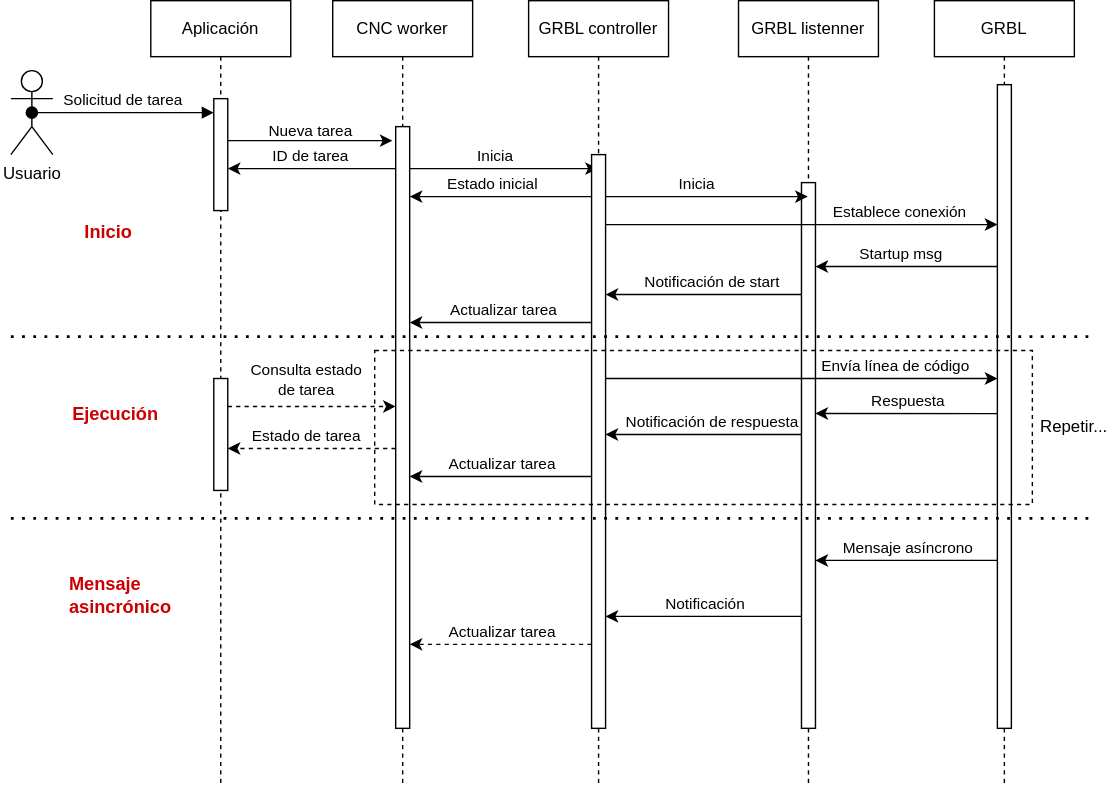
This is docs/GRBL-controller.drawio.svg from Leandro-Bertoluzzi/remote-cnc, a draw.io export, as it was before one commit. Source tidied: cells renumbered, new cells last; positions are measured from the earlier drawing's top-left corner, leaving out a move shared by most shapes.
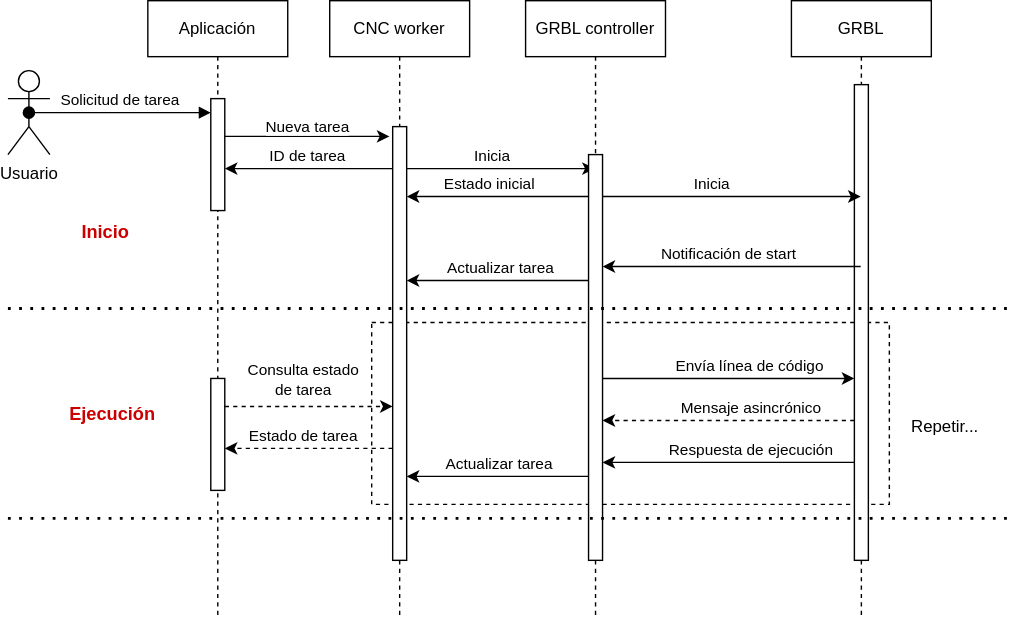
The same diagram one commit later.

What changed in the source:
```diff
@@ -2,8 +2,11 @@
   <root>
     <mxCell id="0" />
     <mxCell id="1" parent="0" />
+    <mxCell id="41" style="rounded=0;whiteSpace=wrap;html=1;fillColor=none;dashed=1;" parent="1" vertex="1">
+      <mxGeometry x="260" y="230" width="370" height="130" as="geometry" />
+    </mxCell>
     <mxCell id="2" value="Aplicación" style="shape=umlLifeline;perimeter=lifelinePerimeter;whiteSpace=wrap;html=1;newEdgeStyle={&quot;edgeStyle&quot;:&quot;elbowEdgeStyle&quot;,&quot;elbow&quot;:&quot;vertical&quot;,&quot;curved&quot;:0,&quot;rounded&quot;:0};" parent="1" vertex="1">
-      <mxGeometry x="100" width="100" height="560" as="geometry" />
+      <mxGeometry x="100" width="100" height="440" as="geometry" />
     </mxCell>
     <mxCell id="3" style="html=1;points=[];perimeter=orthogonalPerimeter;outlineConnect=0;targetShapes=umlLifeline;portConstraint=eastwest;newEdgeStyle={&quot;edgeStyle&quot;:&quot;elbowEdgeStyle&quot;,&quot;elbow&quot;:&quot;vertical&quot;,&quot;curved&quot;:0,&quot;rounded&quot;:0};" parent="2" vertex="1">
       <mxGeometry x="45" y="70" width="10" height="80" as="geometry" />
@@ -12,10 +15,10 @@
       <mxGeometry x="45" y="270" width="10" height="80" as="geometry" />
     </mxCell>
     <mxCell id="5" value="CNC worker" style="shape=umlLifeline;perimeter=lifelinePerimeter;whiteSpace=wrap;html=1;newEdgeStyle={&quot;edgeStyle&quot;:&quot;elbowEdgeStyle&quot;,&quot;elbow&quot;:&quot;vertical&quot;,&quot;curved&quot;:0,&quot;rounded&quot;:0};" parent="1" vertex="1">
-      <mxGeometry x="230" width="100" height="560" as="geometry" />
+      <mxGeometry x="230" width="100" height="440" as="geometry" />
     </mxCell>
     <mxCell id="6" style="html=1;points=[];perimeter=orthogonalPerimeter;outlineConnect=0;targetShapes=umlLifeline;portConstraint=eastwest;newEdgeStyle={&quot;edgeStyle&quot;:&quot;elbowEdgeStyle&quot;,&quot;elbow&quot;:&quot;vertical&quot;,&quot;curved&quot;:0,&quot;rounded&quot;:0};" parent="5" vertex="1">
-      <mxGeometry x="45" y="90" width="10" height="430" as="geometry" />
+      <mxGeometry x="45" y="90" width="10" height="310" as="geometry" />
     </mxCell>
     <mxCell id="7" value="Usuario" style="shape=umlActor;verticalLabelPosition=bottom;verticalAlign=top;html=1;outlineConnect=0;" parent="1" vertex="1">
       <mxGeometry y="50" width="30" height="60" as="geometry" />
@@ -35,21 +38,14 @@
         <mxPoint x="-3" y="-13" as="offset" />
       </mxGeometry>
     </mxCell>
-    <mxCell id="11" value="GRBL listenner" style="shape=umlLifeline;perimeter=lifelinePerimeter;whiteSpace=wrap;html=1;newEdgeStyle={&quot;edgeStyle&quot;:&quot;elbowEdgeStyle&quot;,&quot;elbow&quot;:&quot;vertical&quot;,&quot;curved&quot;:0,&quot;rounded&quot;:0};" parent="1" vertex="1">
-      <mxGeometry x="520" width="100" height="560" as="geometry" />
-    </mxCell>
-    <mxCell id="12" style="html=1;points=[];perimeter=orthogonalPerimeter;outlineConnect=0;targetShapes=umlLifeline;portConstraint=eastwest;newEdgeStyle={&quot;edgeStyle&quot;:&quot;elbowEdgeStyle&quot;,&quot;elbow&quot;:&quot;vertical&quot;,&quot;curved&quot;:0,&quot;rounded&quot;:0};" parent="11" vertex="1">
-      <mxGeometry x="45" y="130" width="10" height="390" as="geometry" />
-    </mxCell>
     <mxCell id="13" value="GRBL" style="shape=umlLifeline;perimeter=lifelinePerimeter;whiteSpace=wrap;html=1;outlineConnect=0;portConstraint=eastwest;newEdgeStyle={&quot;edgeStyle&quot;:&quot;elbowEdgeStyle&quot;,&quot;elbow&quot;:&quot;vertical&quot;,&quot;curved&quot;:0,&quot;rounded&quot;:0};" parent="1" vertex="1">
-      <mxGeometry x="660" width="100" height="560" as="geometry" />
+      <mxGeometry x="560" width="100" height="440" as="geometry" />
     </mxCell>
     <mxCell id="14" style="html=1;points=[];perimeter=orthogonalPerimeter;outlineConnect=0;targetShapes=umlLifeline;portConstraint=eastwest;newEdgeStyle={&quot;edgeStyle&quot;:&quot;elbowEdgeStyle&quot;,&quot;elbow&quot;:&quot;vertical&quot;,&quot;curved&quot;:0,&quot;rounded&quot;:0};" parent="13" vertex="1">
-      <mxGeometry x="45" y="60" width="10" height="460" as="geometry" />
+      <mxGeometry x="45" y="60" width="10" height="340" as="geometry" />
     </mxCell>
-    <mxCell id="15" style="edgeStyle=elbowEdgeStyle;rounded=0;jettySize=auto;html=1;elbow=horizontal;curved=0;" parent="1" edge="1" source="30">
+    <mxCell id="15" style="edgeStyle=elbowEdgeStyle;rounded=0;jettySize=auto;html=1;elbow=horizontal;curved=0;" parent="1" edge="1" source="30" target="13">
       <mxGeometry relative="1" as="geometry">
-        <mxPoint x="569.5" y="140" as="targetPoint" />
         <Array as="points">
           <mxPoint x="480" y="140" />
         </Array>
@@ -82,31 +78,13 @@
         <mxPoint x="23" y="-11" as="offset" />
       </mxGeometry>
     </mxCell>
-    <mxCell id="21" style="edgeStyle=elbowEdgeStyle;rounded=0;jettySize=auto;html=1;elbow=vertical;curved=0;" parent="1" edge="1" source="30" target="14">
-      <mxGeometry relative="1" as="geometry">
-        <Array as="points">
-          <mxPoint x="460" y="160" />
-        </Array>
-      </mxGeometry>
-    </mxCell>
-    <mxCell id="22" value="Establece conexión" style="edgeLabel;html=1;align=center;verticalAlign=middle;" parent="21" vertex="1">
-      <mxGeometry x="0.37" y="-1" relative="1" as="geometry">
-        <mxPoint x="18" y="-11" as="offset" />
-      </mxGeometry>
-    </mxCell>
-    <mxCell id="23" style="edgeStyle=elbowEdgeStyle;rounded=0;jettySize=auto;html=1;elbow=vertical;curved=0;" parent="1" edge="1" source="14">
-      <mxGeometry relative="1" as="geometry">
-        <mxPoint x="575" y="190" as="targetPoint" />
-      </mxGeometry>
-    </mxCell>
-    <mxCell id="24" value="Startup msg" style="edgeLabel;html=1;align=center;verticalAlign=middle;" parent="23" vertex="1">
-      <mxGeometry x="0.44" y="-1" relative="1" as="geometry">
-        <mxPoint x="24" y="-9" as="offset" />
-      </mxGeometry>
-    </mxCell>
-    <mxCell id="25" style="edgeStyle=elbowEdgeStyle;rounded=0;jettySize=auto;html=1;elbow=vertical;curved=0;" parent="1" edge="1" target="30">
+    <mxCell id="25" style="edgeStyle=elbowEdgeStyle;rounded=0;jettySize=auto;html=1;elbow=vertical;curved=0;" parent="1" edge="1" source="13" target="30">
       <mxGeometry relative="1" as="geometry">
-        <mxPoint x="565" y="210" as="sourcePoint" />
+        <Array as="points">
+          <mxPoint x="460" y="190" />
+          <mxPoint x="450" y="180" />
+          <mxPoint x="580" y="210" />
+        </Array>
       </mxGeometry>
     </mxCell>
     <mxCell id="26" value="Notificación de start" style="edgeLabel;html=1;align=center;verticalAlign=middle;" parent="25" vertex="1">
@@ -117,6 +95,7 @@
     <mxCell id="27" style="edgeStyle=elbowEdgeStyle;rounded=0;jettySize=auto;html=1;elbow=vertical;curved=0;" parent="1" edge="1" source="30" target="6">
       <mxGeometry relative="1" as="geometry">
         <Array as="points">
+          <mxPoint x="310" y="200" />
           <mxPoint x="320" y="230" />
         </Array>
       </mxGeometry>
@@ -127,15 +106,14 @@
       </mxGeometry>
     </mxCell>
     <mxCell id="29" value="GRBL controller" style="shape=umlLifeline;perimeter=lifelinePerimeter;whiteSpace=wrap;html=1;outlineConnect=0;portConstraint=eastwest;newEdgeStyle={&quot;edgeStyle&quot;:&quot;elbowEdgeStyle&quot;,&quot;elbow&quot;:&quot;vertical&quot;,&quot;curved&quot;:0,&quot;rounded&quot;:0};" parent="1" vertex="1">
-      <mxGeometry x="370" width="100" height="560" as="geometry" />
+      <mxGeometry x="370" width="100" height="440" as="geometry" />
     </mxCell>
     <mxCell id="30" style="html=1;points=[];perimeter=orthogonalPerimeter;outlineConnect=0;targetShapes=umlLifeline;portConstraint=eastwest;newEdgeStyle={&quot;edgeStyle&quot;:&quot;elbowEdgeStyle&quot;,&quot;elbow&quot;:&quot;vertical&quot;,&quot;curved&quot;:0,&quot;rounded&quot;:0};" parent="29" vertex="1">
-      <mxGeometry x="45" y="110" width="10" height="410" as="geometry" />
+      <mxGeometry x="45" y="110" width="10" height="290" as="geometry" />
     </mxCell>
-    <mxCell id="31" style="edgeStyle=elbowEdgeStyle;rounded=0;orthogonalLoop=1;jettySize=auto;html=1;elbow=vertical;curved=0;" parent="1" edge="1">
+    <mxCell id="31" style="edgeStyle=elbowEdgeStyle;rounded=0;jettySize=auto;html=1;elbow=vertical;curved=0;" parent="1" edge="1" target="14">
       <mxGeometry relative="1" as="geometry">
         <mxPoint x="425" y="270" as="sourcePoint" />
-        <mxPoint x="705" y="270" as="targetPoint" />
         <Array as="points">
           <mxPoint x="470" y="270" />
         </Array>
@@ -143,29 +121,29 @@
     </mxCell>
     <mxCell id="32" value="Envía línea de código" style="edgeLabel;html=1;align=center;verticalAlign=middle;" parent="31" vertex="1">
       <mxGeometry x="0.26" relative="1" as="geometry">
-        <mxPoint x="30" y="-10" as="offset" />
+        <mxPoint x="-8" y="-10" as="offset" />
       </mxGeometry>
     </mxCell>
-    <mxCell id="33" style="edgeStyle=elbowEdgeStyle;rounded=0;orthogonalLoop=1;jettySize=auto;html=1;elbow=vertical;curved=0;" parent="1" edge="1">
+    <mxCell id="33" style="edgeStyle=elbowEdgeStyle;rounded=0;jettySize=auto;html=1;elbow=vertical;curved=0;dashed=1;" parent="1" edge="1" source="14" target="30">
       <mxGeometry relative="1" as="geometry">
-        <mxPoint x="705" y="295.1" as="sourcePoint" />
-        <mxPoint x="575" y="295.1" as="targetPoint" />
+        <Array as="points">
+          <mxPoint x="500" y="300" />
+        </Array>
       </mxGeometry>
     </mxCell>
-    <mxCell id="34" value="Respuesta" style="edgeLabel;html=1;align=center;verticalAlign=middle;" parent="33" vertex="1">
+    <mxCell id="34" value="Mensaje asincrónico" style="edgeLabel;html=1;align=center;verticalAlign=middle;" parent="33" vertex="1">
       <mxGeometry x="0.45" relative="1" as="geometry">
-        <mxPoint x="29" y="-10" as="offset" />
+        <mxPoint x="56" y="-10" as="offset" />
       </mxGeometry>
     </mxCell>
-    <mxCell id="35" style="edgeStyle=elbowEdgeStyle;rounded=0;orthogonalLoop=1;jettySize=auto;html=1;elbow=vertical;curved=0;" parent="1" edge="1">
+    <mxCell id="35" style="edgeStyle=elbowEdgeStyle;rounded=0;jettySize=auto;html=1;elbow=vertical;curved=0;" parent="1" edge="1" source="14">
       <mxGeometry relative="1" as="geometry">
-        <mxPoint x="565" y="310" as="sourcePoint" />
-        <mxPoint x="425" y="310.2" as="targetPoint" />
+        <mxPoint x="425" y="330.2" as="targetPoint" />
       </mxGeometry>
     </mxCell>
-    <mxCell id="36" value="Notificación de respuesta" style="edgeLabel;html=1;align=center;verticalAlign=middle;" parent="35" vertex="1">
+    <mxCell id="36" value="Respuesta de ejecución" style="edgeLabel;html=1;align=center;verticalAlign=middle;" parent="35" vertex="1">
       <mxGeometry x="0.24" y="1" relative="1" as="geometry">
-        <mxPoint x="22" y="-11" as="offset" />
+        <mxPoint x="36" y="-11" as="offset" />
       </mxGeometry>
     </mxCell>
     <mxCell id="37" style="edgeStyle=elbowEdgeStyle;rounded=0;jettySize=auto;html=1;elbow=vertical;curved=0;entryX=-0.228;entryY=0.024;entryDx=0;entryDy=0;entryPerimeter=0;" parent="1" edge="1" source="3" target="6">
@@ -189,11 +167,8 @@
         <mxPoint y="-9" as="offset" />
       </mxGeometry>
     </mxCell>
-    <mxCell id="41" style="rounded=0;whiteSpace=wrap;html=1;fillColor=none;dashed=1;" parent="1" vertex="1">
-      <mxGeometry x="260" y="250" width="470" height="110" as="geometry" />
-    </mxCell>
     <mxCell id="42" value="&lt;div&gt;Repetir...&lt;/div&gt;" style="text;html=1;strokeColor=none;fillColor=none;align=center;verticalAlign=middle;whiteSpace=wrap;rounded=0;" parent="1" vertex="1">
-      <mxGeometry x="730" y="290" width="60" height="30" as="geometry" />
+      <mxGeometry x="640" y="290" width="60" height="30" as="geometry" />
     </mxCell>
     <mxCell id="43" style="edgeStyle=elbowEdgeStyle;rounded=0;jettySize=auto;html=1;elbow=vertical;curved=0;dashed=1;" parent="1" edge="1" source="4" target="6">
       <mxGeometry relative="1" as="geometry">
@@ -221,60 +196,21 @@
     </mxCell>
     <mxCell id="47" style="endArrow=none;dashed=1;html=1;dashPattern=1 3;strokeWidth=2;rounded=0;" parent="1" edge="1">
       <mxGeometry relative="1" as="geometry">
-        <mxPoint y="240" as="sourcePoint" />
-        <mxPoint x="770" y="240" as="targetPoint" />
+        <mxPoint y="220" as="sourcePoint" />
+        <mxPoint x="720" y="220" as="targetPoint" />
       </mxGeometry>
     </mxCell>
     <mxCell id="48" style="endArrow=none;dashed=1;html=1;dashPattern=1 3;strokeWidth=2;rounded=0;" parent="1" edge="1">
       <mxGeometry relative="1" as="geometry">
         <mxPoint y="370" as="sourcePoint" />
-        <mxPoint x="770" y="370" as="targetPoint" />
+        <mxPoint x="720" y="370" as="targetPoint" />
       </mxGeometry>
     </mxCell>
-    <mxCell id="49" style="edgeStyle=elbowEdgeStyle;rounded=0;jettySize=auto;html=1;elbow=vertical;curved=0;" parent="1" edge="1" source="14" target="12">
-      <mxGeometry relative="1" as="geometry">
-        <Array as="points">
-          <mxPoint x="620" y="400" />
-        </Array>
-      </mxGeometry>
-    </mxCell>
-    <mxCell id="50" value="Mensaje asíncrono" style="edgeLabel;html=1;align=center;verticalAlign=middle;" parent="49" vertex="1">
-      <mxGeometry x="0.35" y="-2" relative="1" as="geometry">
-        <mxPoint x="23" y="-8" as="offset" />
-      </mxGeometry>
-    </mxCell>
-    <mxCell id="51" style="edgeStyle=elbowEdgeStyle;rounded=0;jettySize=auto;html=1;elbow=vertical;curved=0;" parent="1" edge="1" source="12" target="30">
-      <mxGeometry relative="1" as="geometry">
-        <Array as="points">
-          <mxPoint x="490" y="440" />
-        </Array>
-      </mxGeometry>
-    </mxCell>
-    <mxCell id="52" value="Notificación" style="edgeLabel;html=1;align=center;verticalAlign=middle;" parent="51" vertex="1">
-      <mxGeometry x="0.12" y="-1" relative="1" as="geometry">
-        <mxPoint x="8" y="-9" as="offset" />
-      </mxGeometry>
-    </mxCell>
-    <mxCell id="53" style="edgeStyle=elbowEdgeStyle;rounded=0;jettySize=auto;html=1;elbow=vertical;curved=0;dashed=1;" parent="1" edge="1" source="30" target="6">
-      <mxGeometry relative="1" as="geometry">
-        <Array as="points">
-          <mxPoint x="340" y="460" />
-        </Array>
-      </mxGeometry>
-    </mxCell>
-    <mxCell id="54" value="Actualizar tarea" style="edgeLabel;html=1;align=center;verticalAlign=middle;" parent="53" vertex="1">
-      <mxGeometry x="0.24" y="3" relative="1" as="geometry">
-        <mxPoint x="16" y="-13" as="offset" />
-      </mxGeometry>
-    </mxCell>
     <mxCell id="55" value="&lt;b style=&quot;font-size: 13px;&quot;&gt;&lt;font color=&quot;#cc0000&quot; style=&quot;font-size: 13px;&quot;&gt;Inicio&lt;/font&gt;&lt;/b&gt;" style="text;html=1;strokeColor=none;fillColor=none;align=center;verticalAlign=middle;whiteSpace=wrap;rounded=0;fontSize=13;" parent="1" vertex="1">
       <mxGeometry x="40" y="150" width="60" height="30" as="geometry" />
     </mxCell>
     <mxCell id="56" value="&lt;font color=&quot;#cc0000&quot;&gt;&lt;b&gt;Ejecución&lt;/b&gt;&lt;/font&gt;" style="text;html=1;strokeColor=none;fillColor=none;align=center;verticalAlign=middle;whiteSpace=wrap;rounded=0;fontSize=13;" parent="1" vertex="1">
       <mxGeometry x="40" y="280" width="70" height="30" as="geometry" />
     </mxCell>
-    <mxCell id="57" value="&lt;font color=&quot;#cc0000&quot;&gt;&lt;b&gt;Mensaje asincrónico&lt;br&gt;&lt;/b&gt;&lt;/font&gt;" style="text;html=1;strokeColor=none;fillColor=none;align=left;verticalAlign=middle;whiteSpace=wrap;rounded=0;fontSize=13;" parent="1" vertex="1">
-      <mxGeometry x="40" y="410" width="90" height="30" as="geometry" />
-    </mxCell>
   </root>
 </mxGraphModel>
```
